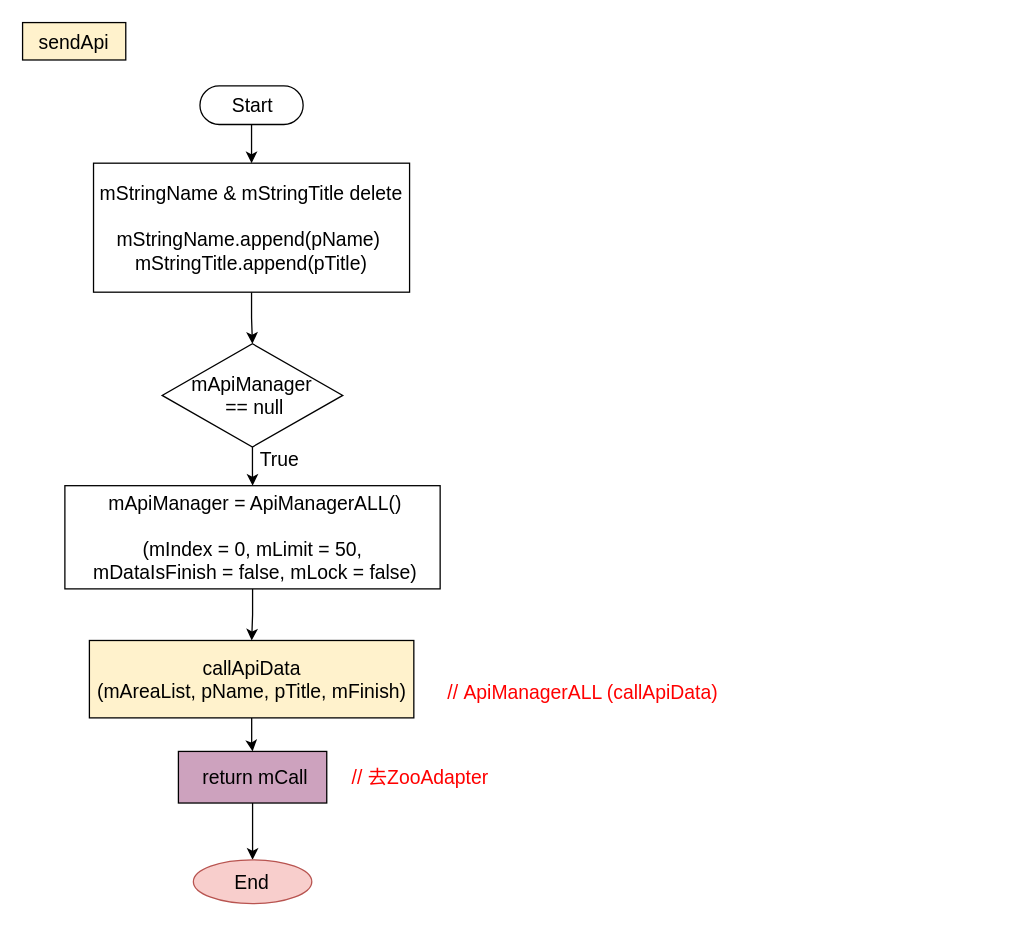
Before: page "AllViewModel" (12 of 17) of 一般流程.drawio in ccckyc/draw, a draw.io diagram. Source tidied: cells renumbered, new cells numbered last; positions are measured from the earlier drawing's top-left corner, leaving out a move shared by most shapes. Both pictures are drawn from the tidied source at 129%, with x=0, y=0 at pixel (22, 22).
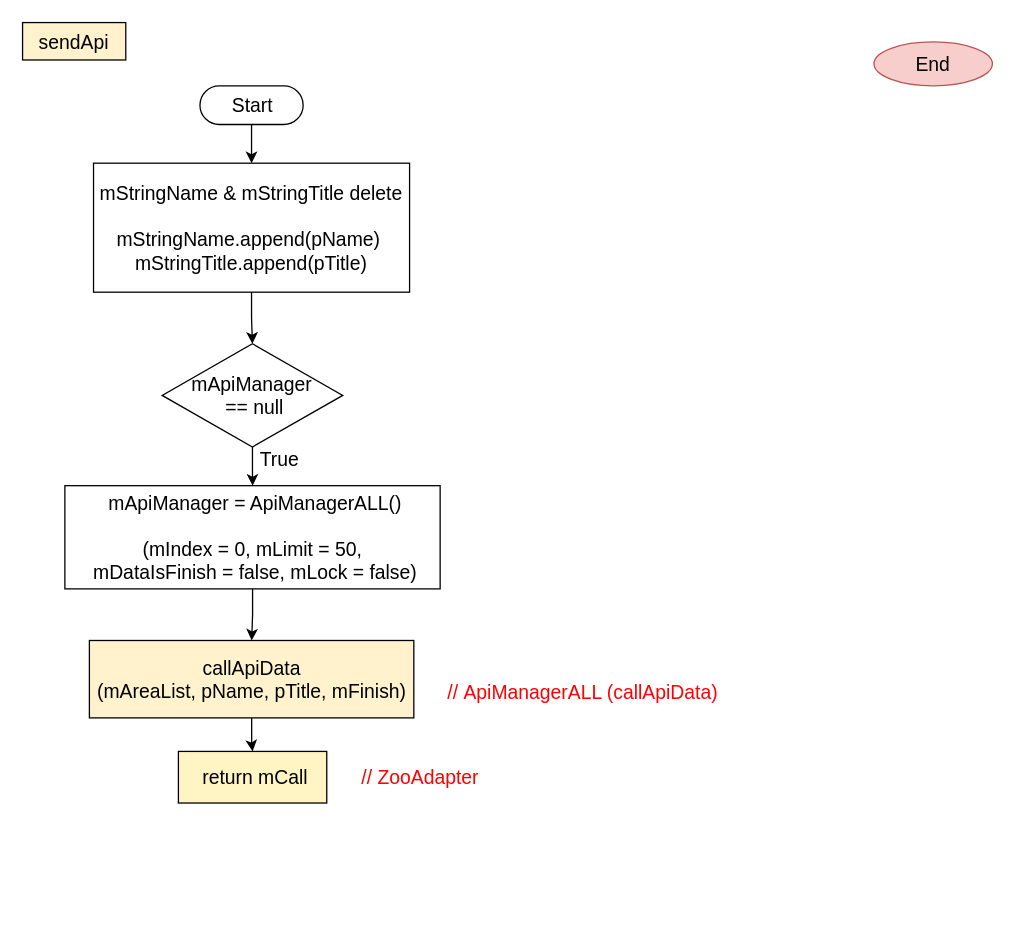
Above is the later version.

The edit, as a diff of the source:
```diff
@@
 <mxGraphModel>
   <root>
     <mxCell id="0" />
     <mxCell id="1" parent="0" />
     <mxCell id="2" value="sendApi" style="rounded=0;whiteSpace=wrap;html=1;labelBackgroundColor=none;labelBorderColor=none;fontFamily=Helvetica;fontSize=15;fontColor=none;strokeWidth=1;fillColor=#FFF2CC;gradientColor=none;fontStyle=0;" parent="1" vertex="1">
       <mxGeometry width="80" height="29" as="geometry" />
     </mxCell>
     <mxCell id="3" style="edgeStyle=orthogonalEdgeStyle;rounded=0;jettySize=auto;html=1;labelBackgroundColor=#FFFFFF;labelBorderColor=none;fontFamily=Helvetica;fontSize=15;fontColor=none;strokeColor=#000000;strokeWidth=1;fontStyle=0;" parent="1" edge="1" source="4" target="6">
       <mxGeometry relative="1" as="geometry" />
     </mxCell>
     <mxCell id="4" value="Start" style="html=1;dashed=0;whitespace=wrap;shape=mxgraph.dfd.start;fontStyle=0;fontSize=15;fontFamily=Helvetica;" parent="1" vertex="1">
       <mxGeometry x="137.5" y="49" width="80" height="30" as="geometry" />
     </mxCell>
     <mxCell id="5" style="edgeStyle=orthogonalEdgeStyle;rounded=0;jettySize=auto;html=1;labelBackgroundColor=#FFFFFF;labelBorderColor=none;fontFamily=Helvetica;fontSize=15;fontColor=none;strokeColor=#000000;strokeWidth=1;fontStyle=0;" parent="1" edge="1" source="6" target="9">
       <mxGeometry relative="1" as="geometry" />
     </mxCell>
     <mxCell id="6" value="&lt;div style=&quot;font-size: 15px;&quot;&gt;&lt;div style=&quot;font-size: 15px;&quot;&gt;mStringName &amp;amp;&amp;nbsp;&lt;span style=&quot;font-size: 15px;&quot;&gt;mStringTitle&lt;/span&gt;&lt;span style=&quot;font-size: 15px;&quot;&gt;&amp;nbsp;delete&lt;/span&gt;&lt;/div&gt;&lt;div style=&quot;font-size: 15px;&quot;&gt;&lt;span style=&quot;font-size: 15px;&quot;&gt;&lt;br style=&quot;font-size: 15px;&quot;&gt;&lt;/span&gt;&lt;/div&gt;mStringName.append(pName)&lt;span style=&quot;font-size: 15px;&quot;&gt;&amp;nbsp;&lt;/span&gt;&lt;/div&gt;&lt;div style=&quot;font-size: 15px;&quot;&gt;&lt;span style=&quot;font-size: 15px;&quot;&gt;mStringTitle.append(pTitle)&lt;/span&gt;&lt;/div&gt;" style="whiteSpace=wrap;html=1;fontSize=15;dashed=0;fontStyle=0;align=center;fontFamily=Helvetica;" parent="1" vertex="1">
       <mxGeometry x="55" y="109" width="245" height="100" as="geometry" />
     </mxCell>
     <mxCell id="7" style="edgeStyle=orthogonalEdgeStyle;rounded=0;jettySize=auto;html=1;labelBackgroundColor=#FFFFFF;labelBorderColor=none;fontFamily=Helvetica;fontSize=15;fontColor=none;strokeColor=#000000;strokeWidth=1;fontStyle=0;" parent="1" edge="1" source="9" target="11">
       <mxGeometry relative="1" as="geometry" />
     </mxCell>
     <mxCell id="8" value="True" style="edgeLabel;html=1;align=center;verticalAlign=middle;fontSize=15;fontFamily=Helvetica;fontColor=#000000;fontStyle=0;labelBackgroundColor=none;" parent="7" vertex="1">
       <mxGeometry x="-0.79" relative="1" as="geometry">
         <mxPoint x="20" y="5" as="offset" />
       </mxGeometry>
     </mxCell>
     <mxCell id="9" value="mApiManager&lt;br style=&quot;font-size: 15px;&quot;&gt;&amp;nbsp;== null" style="rhombus;whiteSpace=wrap;html=1;fontSize=15;dashed=0;fontStyle=0;fontFamily=Helvetica;" parent="1" vertex="1">
       <mxGeometry x="108.2" y="249" width="140" height="80" as="geometry" />
     </mxCell>
     <mxCell id="10" style="edgeStyle=orthogonalEdgeStyle;rounded=0;jettySize=auto;html=1;labelBackgroundColor=#FFFFFF;labelBorderColor=none;fontFamily=Helvetica;fontSize=15;fontColor=#000000;strokeColor=#000000;strokeWidth=1;fontStyle=0;" parent="1" edge="1" source="11" target="13">
       <mxGeometry relative="1" as="geometry" />
     </mxCell>
     <mxCell id="11" value="&amp;nbsp;mApiManager = ApiManagerALL()&lt;br style=&quot;font-size: 15px;&quot;&gt;&lt;br style=&quot;font-size: 15px;&quot;&gt;(&lt;span style=&quot;text-align: left; font-size: 15px;&quot;&gt;mIndex = 0,&amp;nbsp;&lt;/span&gt;&lt;span style=&quot;text-align: left; font-size: 15px;&quot;&gt;mLimit = 50,&lt;br style=&quot;font-size: 15px;&quot;&gt;&amp;nbsp;&lt;/span&gt;&lt;span style=&quot;text-align: left; font-size: 15px;&quot;&gt;mDataIsFinish = false,&amp;nbsp;&lt;/span&gt;&lt;span style=&quot;text-align: left; font-size: 15px;&quot;&gt;mLock = false&lt;/span&gt;)" style="whiteSpace=wrap;html=1;fontSize=15;dashed=0;fontStyle=0;fillColor=#FFFFFF;fontFamily=Helvetica;" parent="1" vertex="1">
       <mxGeometry x="32.8" y="359" width="290.9" height="80" as="geometry" />
     </mxCell>
     <mxCell id="12" style="edgeStyle=orthogonalEdgeStyle;rounded=0;jettySize=auto;html=1;labelBackgroundColor=#FFFFFF;labelBorderColor=none;fontFamily=Helvetica;fontSize=15;fontColor=#000000;strokeColor=#000000;strokeWidth=1;fontStyle=0;" parent="1" edge="1" source="13" target="16">
       <mxGeometry relative="1" as="geometry" />
     </mxCell>
     <mxCell id="13" value="callApiData&lt;br style=&quot;font-size: 15px;&quot;&gt;(mAreaList, pName, pTitle, mFinish)" style="whiteSpace=wrap;html=1;fontSize=15;dashed=0;fontStyle=0;fillColor=#FFF2CC;strokeColor=#000000;fontFamily=Helvetica;" parent="1" vertex="1">
       <mxGeometry x="51.8" y="479" width="251.5" height="60" as="geometry" />
     </mxCell>
     <mxCell id="14" value="&lt;font color=&quot;#ff0000&quot;&gt;//&amp;nbsp;ApiManagerALL (callApiData)&lt;/font&gt;" style="text;html=1;align=center;verticalAlign=middle;strokeColor=none;fillColor=none;fontSize=15;fontFamily=Helvetica;fontColor=none;fontStyle=0;" parent="1" vertex="1">
       <mxGeometry x="323.7" y="509" width="220" height="20" as="geometry" />
     </mxCell>
-    <mxCell id="15" style="edgeStyle=orthogonalEdgeStyle;rounded=0;jettySize=auto;html=1;fontColor=#FF0000;fontSize=15;fontFamily=Helvetica;fontStyle=0;" parent="1" edge="1" source="16" target="17">
-      <mxGeometry relative="1" as="geometry" />
-    </mxCell>
-    <mxCell id="16" value="&amp;nbsp;return mCall" style="whiteSpace=wrap;html=1;fontSize=15;dashed=0;fontStyle=0;fillColor=#CDA2BE;fontFamily=Helvetica;" parent="1" vertex="1">
+    <mxCell id="16" value="&amp;nbsp;return mCall" style="whiteSpace=wrap;html=1;fontSize=15;dashed=0;fontStyle=0;fillColor=#FFF4C3;fontFamily=Helvetica;" parent="1" vertex="1">
       <mxGeometry x="120.8" y="565" width="115" height="40" as="geometry" />
     </mxCell>
     <mxCell id="17" value="End" style="ellipse;whiteSpace=wrap;html=1;fontSize=15;fillColor=#f8cecc;dashed=0;fontStyle=0;strokeColor=#b85450;fontFamily=Helvetica;" parent="1" vertex="1">
-      <mxGeometry x="132.4" y="649" width="91.8" height="34" as="geometry" />
+      <mxGeometry x="660" y="15" width="91.8" height="34" as="geometry" />
     </mxCell>
-    <mxCell id="18" value="// 去ZooAdapter" style="text;html=1;align=center;verticalAlign=middle;strokeColor=none;fillColor=none;fontColor=#FF0000;fontSize=15;fontFamily=Helvetica;fontStyle=0;" parent="1" vertex="1">
-      <mxGeometry x="248.2" y="575" width="120" height="20" as="geometry" />
+    <mxCell id="18" value="// ZooAdapter" style="text;html=1;align=center;verticalAlign=middle;strokeColor=none;fillColor=none;fontColor=#FF0000;fontSize=15;fontFamily=Helvetica;fontStyle=0;" parent="1" vertex="1">
+      <mxGeometry x="253.2" y="575" width="110" height="20" as="geometry" />
     </mxCell>
   </root>
 </mxGraphModel>
```
